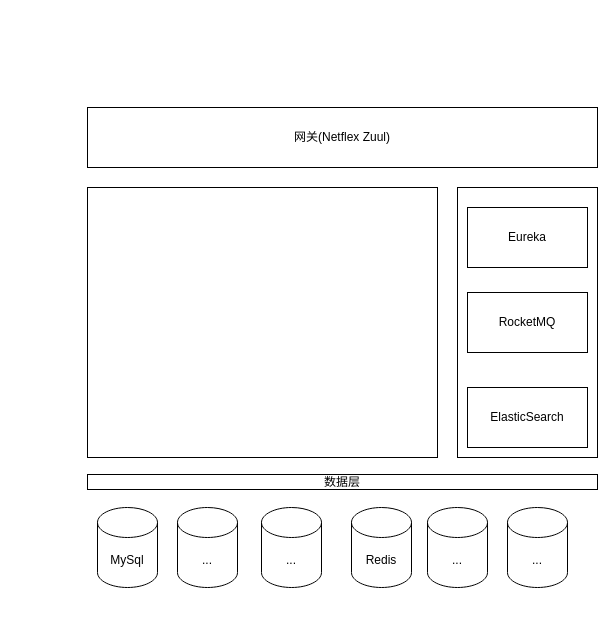
Above: rongda-dep/分布式 云his.drawio in cherishsince/diagrams.net (draw.io), before the change. Source tidied: cells renumbered, new cells numbered last; positions are measured from the earlier drawing's top-left corner, leaving out a move shared by most shapes. Both pictures are drawn from the tidied source at 100%, with x=0, y=0 at pixel (87, 107).
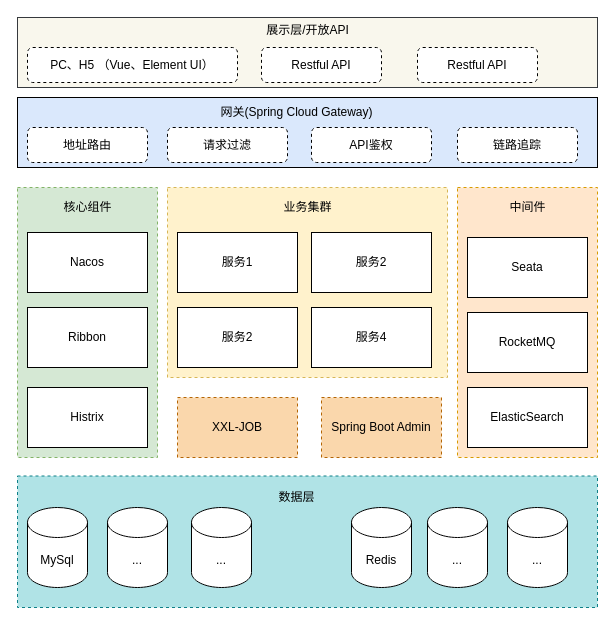
The same diagram, later.

Commit message (it also covers changes not shown here):
更新分布式 云his.drawio

The edit, as a diff of the source:
```diff
@@
-    <mxCell id="2" style="rounded=0;whiteSpace=wrap;html=1;" parent="1" vertex="1">
-      <mxGeometry y="80" width="350" height="270" as="geometry" />
-    </mxCell>
+    <mxCell id="14" style="rounded=0;whiteSpace=wrap;html=1;fillColor=#b0e3e6;strokeColor=#0e8088;dashed=1;" parent="1" vertex="1">
+      <mxGeometry x="-70" y="368.5" width="580" height="131.5" as="geometry" />
+    </mxCell>
+    <mxCell id="15" style="rounded=0;whiteSpace=wrap;html=1;dashed=1;fillColor=#d5e8d4;strokeColor=#82b366;" parent="1" vertex="1">
+      <mxGeometry x="-70" y="80" width="140" height="270" as="geometry" />
+    </mxCell>
-    <mxCell id="3" style="rounded=0;whiteSpace=wrap;html=1;" parent="1" vertex="1">
+    <mxCell id="3" style="rounded=0;whiteSpace=wrap;html=1;dashed=1;fillColor=#ffe6cc;strokeColor=#d79b00;" parent="1" vertex="1">
       <mxGeometry x="370" y="80" width="140" height="270" as="geometry" />
     </mxCell>
-    <mxCell id="4" value="Eureka" style="rounded=0;whiteSpace=wrap;html=1;" parent="1" vertex="1">
-      <mxGeometry x="380" y="100" width="120" height="60" as="geometry" />
-    </mxCell>
     <mxCell id="5" value="RocketMQ" style="rounded=0;whiteSpace=wrap;html=1;" parent="1" vertex="1">
-      <mxGeometry x="380" y="185" width="120" height="60" as="geometry" />
+      <mxGeometry x="380" y="205" width="120" height="60" as="geometry" />
     </mxCell>
@@
-    <mxCell id="7" value="网关(Netflex Zuul)" style="rounded=0;whiteSpace=wrap;html=1;" parent="1" vertex="1">
-      <mxGeometry width="510" height="60" as="geometry" />
+    <mxCell id="7" style="rounded=0;whiteSpace=wrap;html=1;fillColor=#dae8fc;" parent="1" vertex="1">
+      <mxGeometry x="-70" y="-10" width="580" height="70" as="geometry" />
     </mxCell>
     <mxCell id="8" value="MySql" style="shape=cylinder3;whiteSpace=wrap;html=1;boundedLbl=1;backgroundOutline=1;size=15;" parent="1" vertex="1">
-      <mxGeometry x="10" y="400" width="60" height="80" as="geometry" />
+      <mxGeometry x="-60" y="400" width="60" height="80" as="geometry" />
     </mxCell>
@@
     <mxCell id="10" value="..." style="shape=cylinder3;whiteSpace=wrap;html=1;boundedLbl=1;backgroundOutline=1;size=15;" parent="1" vertex="1">
-      <mxGeometry x="90" y="400" width="60" height="80" as="geometry" />
+      <mxGeometry x="20" y="400" width="60" height="80" as="geometry" />
     </mxCell>
@@
     <mxCell id="12" value="..." style="shape=cylinder3;whiteSpace=wrap;html=1;boundedLbl=1;backgroundOutline=1;size=15;" parent="1" vertex="1">
-      <mxGeometry x="174" y="400" width="60" height="80" as="geometry" />
+      <mxGeometry x="104" y="400" width="60" height="80" as="geometry" />
     </mxCell>
@@
-    <mxCell id="14" value="数据层" style="rounded=0;whiteSpace=wrap;html=1;" parent="1" vertex="1">
-      <mxGeometry y="367" width="510" height="15" as="geometry" />
-    </mxCell>
+    <mxCell id="16" style="rounded=0;whiteSpace=wrap;html=1;fillColor=#f9f7ed;strokeColor=#36393d;" parent="1" vertex="1">
+      <mxGeometry x="-70" y="-90" width="580" height="70" as="geometry" />
+    </mxCell>
+    <mxCell id="17" value="中间件" style="text;html=1;align=center;verticalAlign=middle;strokeColor=none;" parent="1" vertex="1">
+      <mxGeometry x="415" y="90" width="50" height="20" as="geometry" />
+    </mxCell>
+    <mxCell id="2" style="rounded=0;whiteSpace=wrap;html=1;dashed=1;fillColor=#fff2cc;strokeColor=#d6b656;" parent="1" vertex="1">
+      <mxGeometry x="80" y="80" width="280" height="190" as="geometry" />
+    </mxCell>
+    <mxCell id="18" value="服务1" style="rounded=0;whiteSpace=wrap;html=1;" parent="1" vertex="1">
+      <mxGeometry x="90" y="125" width="120" height="60" as="geometry" />
+    </mxCell>
+    <mxCell id="19" value="服务2" style="rounded=0;whiteSpace=wrap;html=1;" parent="1" vertex="1">
+      <mxGeometry x="224" y="125" width="120" height="60" as="geometry" />
+    </mxCell>
+    <mxCell id="20" value="服务4" style="rounded=0;whiteSpace=wrap;html=1;" parent="1" vertex="1">
+      <mxGeometry x="224" y="200" width="120" height="60" as="geometry" />
+    </mxCell>
+    <mxCell id="21" value="服务2" style="rounded=0;whiteSpace=wrap;html=1;" parent="1" vertex="1">
+      <mxGeometry x="90" y="200" width="120" height="60" as="geometry" />
+    </mxCell>
+    <mxCell id="22" value="业务集群" style="text;html=1;align=center;verticalAlign=middle;strokeColor=none;" parent="1" vertex="1">
+      <mxGeometry x="190" y="90" width="60" height="20" as="geometry" />
+    </mxCell>
+    <mxCell id="23" value="Histrix" style="rounded=0;whiteSpace=wrap;html=1;" parent="1" vertex="1">
+      <mxGeometry x="-60" y="280" width="120" height="60" as="geometry" />
+    </mxCell>
+    <mxCell id="24" value="Ribbon" style="rounded=0;whiteSpace=wrap;html=1;" parent="1" vertex="1">
+      <mxGeometry x="-60" y="200" width="120" height="60" as="geometry" />
+    </mxCell>
+    <mxCell id="25" value="核心组件" style="text;html=1;align=center;verticalAlign=middle;strokeColor=none;" parent="1" vertex="1">
+      <mxGeometry x="-30" y="90" width="60" height="20" as="geometry" />
+    </mxCell>
+    <mxCell id="26" value="Nacos" style="rounded=0;whiteSpace=wrap;html=1;" parent="1" vertex="1">
+      <mxGeometry x="-60" y="125" width="120" height="60" as="geometry" />
+    </mxCell>
+    <mxCell id="27" value="Seata" style="rounded=0;whiteSpace=wrap;html=1;" parent="1" vertex="1">
+      <mxGeometry x="380" y="130" width="120" height="60" as="geometry" />
+    </mxCell>
+    <mxCell id="28" value="XXL-JOB" style="rounded=0;whiteSpace=wrap;html=1;dashed=1;fillColor=#fad7ac;strokeColor=#b46504;" parent="1" vertex="1">
+      <mxGeometry x="90" y="290" width="120" height="60" as="geometry" />
+    </mxCell>
+    <mxCell id="29" value="Spring Boot Admin" style="rounded=0;whiteSpace=wrap;html=1;dashed=1;fillColor=#fad7ac;strokeColor=#b46504;" parent="1" vertex="1">
+      <mxGeometry x="234" y="290" width="120" height="60" as="geometry" />
+    </mxCell>
+    <mxCell id="30" value="数据层" style="text;html=1;align=center;verticalAlign=middle;strokeColor=none;" parent="1" vertex="1">
+      <mxGeometry x="184" y="380" width="50" height="20" as="geometry" />
+    </mxCell>
+    <mxCell id="31" value="Restful API" style="rounded=1;whiteSpace=wrap;html=1;dashed=1;" parent="1" vertex="1">
+      <mxGeometry x="174" y="-60" width="120" height="35" as="geometry" />
+    </mxCell>
+    <mxCell id="32" value="PC、H5 （Vue、Element UI）" style="rounded=1;whiteSpace=wrap;html=1;dashed=1;" parent="1" vertex="1">
+      <mxGeometry x="-60" y="-60" width="210" height="35" as="geometry" />
+    </mxCell>
+    <mxCell id="33" value="地址路由" style="rounded=1;whiteSpace=wrap;html=1;dashed=1;" parent="1" vertex="1">
+      <mxGeometry x="-60" y="20" width="120" height="35" as="geometry" />
+    </mxCell>
+    <mxCell id="34" value="&lt;span&gt;网关(Spring Cloud Gateway)&lt;/span&gt;" style="text;html=1;align=center;verticalAlign=middle;strokeColor=none;" parent="1" vertex="1">
+      <mxGeometry x="124" y="-5" width="170" height="20" as="geometry" />
+    </mxCell>
+    <mxCell id="35" value="请求过滤" style="rounded=1;whiteSpace=wrap;html=1;dashed=1;" parent="1" vertex="1">
+      <mxGeometry x="80" y="20" width="120" height="35" as="geometry" />
+    </mxCell>
+    <mxCell id="36" value="API鉴权" style="rounded=1;whiteSpace=wrap;html=1;dashed=1;" parent="1" vertex="1">
+      <mxGeometry x="224" y="20" width="120" height="35" as="geometry" />
+    </mxCell>
+    <mxCell id="37" value="链路追踪" style="rounded=1;whiteSpace=wrap;html=1;dashed=1;" parent="1" vertex="1">
+      <mxGeometry x="370" y="20" width="120" height="35" as="geometry" />
+    </mxCell>
+    <mxCell id="38" value="展示层/开放API" style="text;html=1;align=center;verticalAlign=middle;strokeColor=none;" parent="1" vertex="1">
+      <mxGeometry x="170" y="-87" width="100" height="20" as="geometry" />
+    </mxCell>
+    <mxCell id="39" value="Restful API" style="rounded=1;whiteSpace=wrap;html=1;dashed=1;" parent="1" vertex="1">
+      <mxGeometry x="330" y="-60" width="120" height="35" as="geometry" />
+    </mxCell>
```
